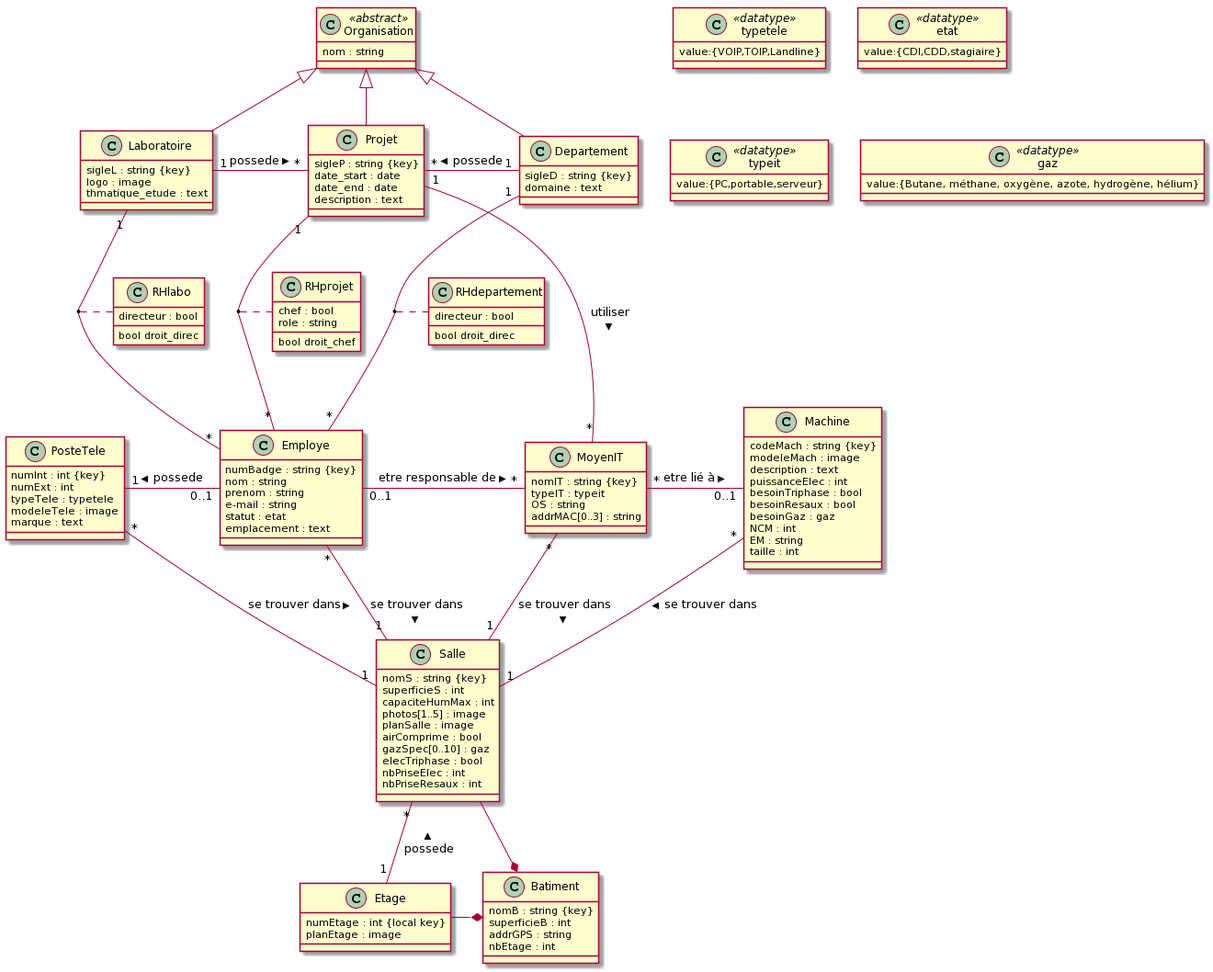
The PlantUML diagram MCD/UML.png in hanlinAumonde/nf17_projet_individuel, before a commit.
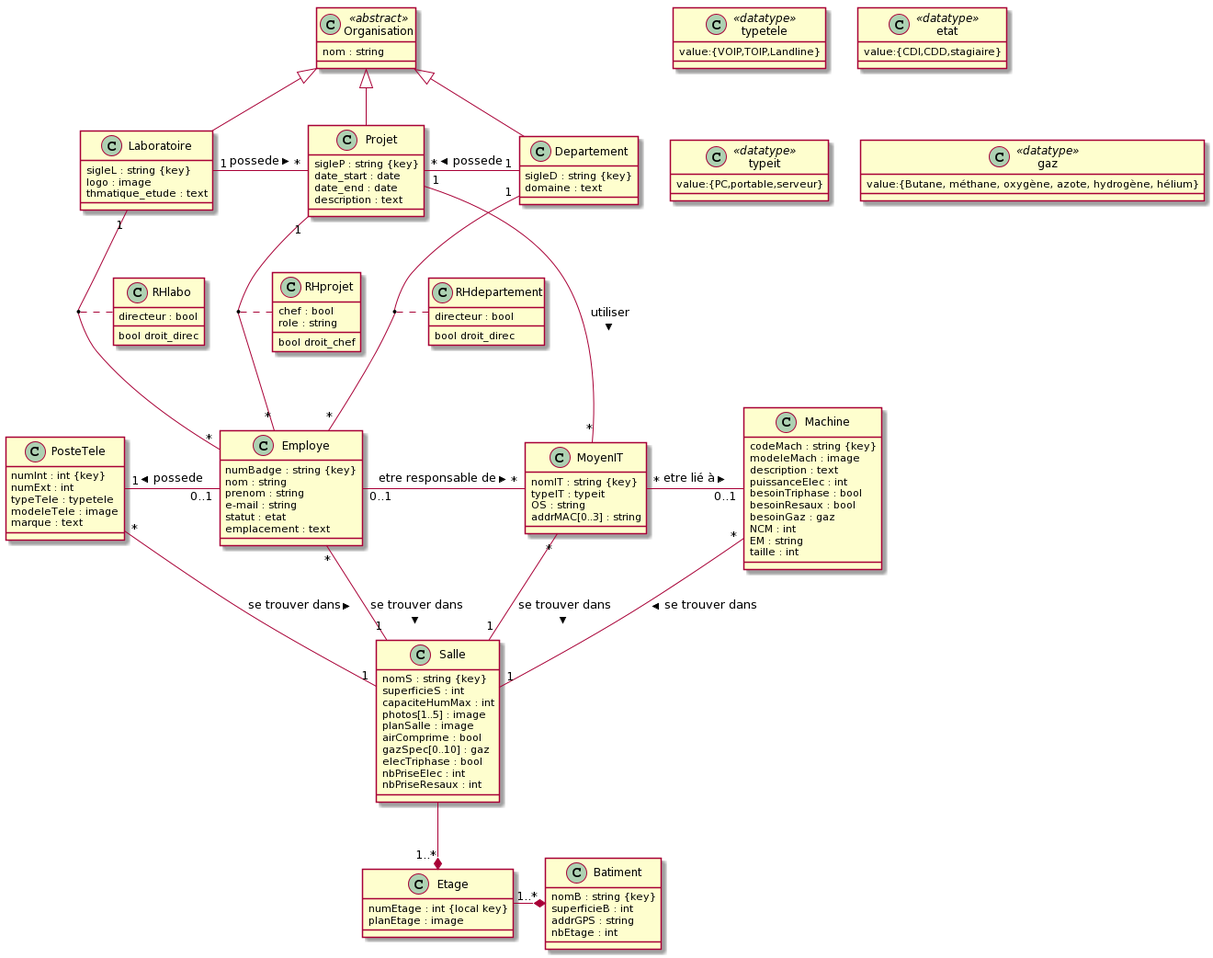
Later version of the same file.

Diff of the diagram source:
```diff
@@ -137,7 +137,6 @@
 Employe "*"--"1" Salle : se trouver dans >
 MoyenIT "*"--"1" Salle : se trouver dans >
 Machine "*"--"1" Salle : se trouver dans >
-Salle "*"--"1" Etage : possede <
-Salle -* Batiment
-Etage -* Batiment
+Salle --* "1..*" Etage
+Etage -* "1..*" Batiment
 @enduml
```
